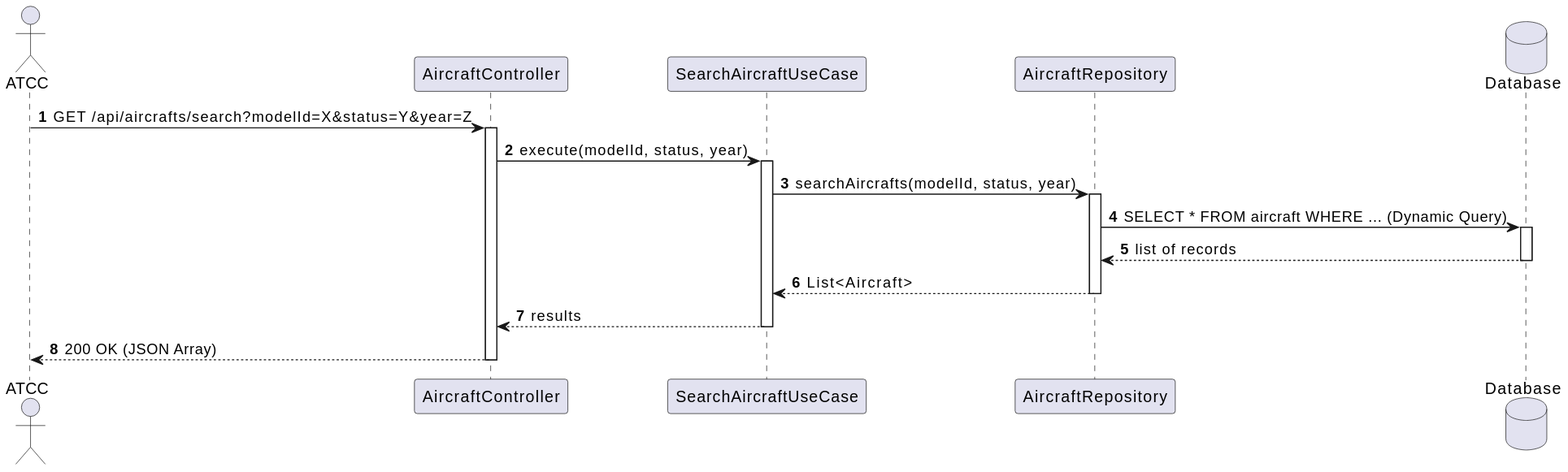
Earlier version of the PlantUML export docs/system-documentation/use-cases/WP1A/US104/svg/sd_us104.svg (VascoMagolo/psoft_1231562_1241692_1242036_2db). Its diagram source:
```plantuml
@startuml
autonumber
actor "ATCC" as ATCC
participant "AircraftController" as Ctrl
participant "SearchAircraftUseCase" as UC
participant "AircraftRepository" as Repo
database "Database" as DB

ATCC -> Ctrl : GET /api/aircrafts/search?modelId=X&status=Y&year=Z
activate Ctrl

Ctrl -> UC : execute(modelId, status, year)
activate UC

UC -> Repo : searchAircrafts(modelId, status, year)
activate Repo
Repo -> DB : SELECT * FROM aircraft WHERE ... (Dynamic Query)
activate DB
DB --> Repo : list of records
deactivate DB
Repo --> UC : List<Aircraft>
deactivate Repo

UC --> Ctrl : results
deactivate UC

Ctrl --> ATCC : 200 OK (JSON Array)
deactivate Ctrl
@enduml
```
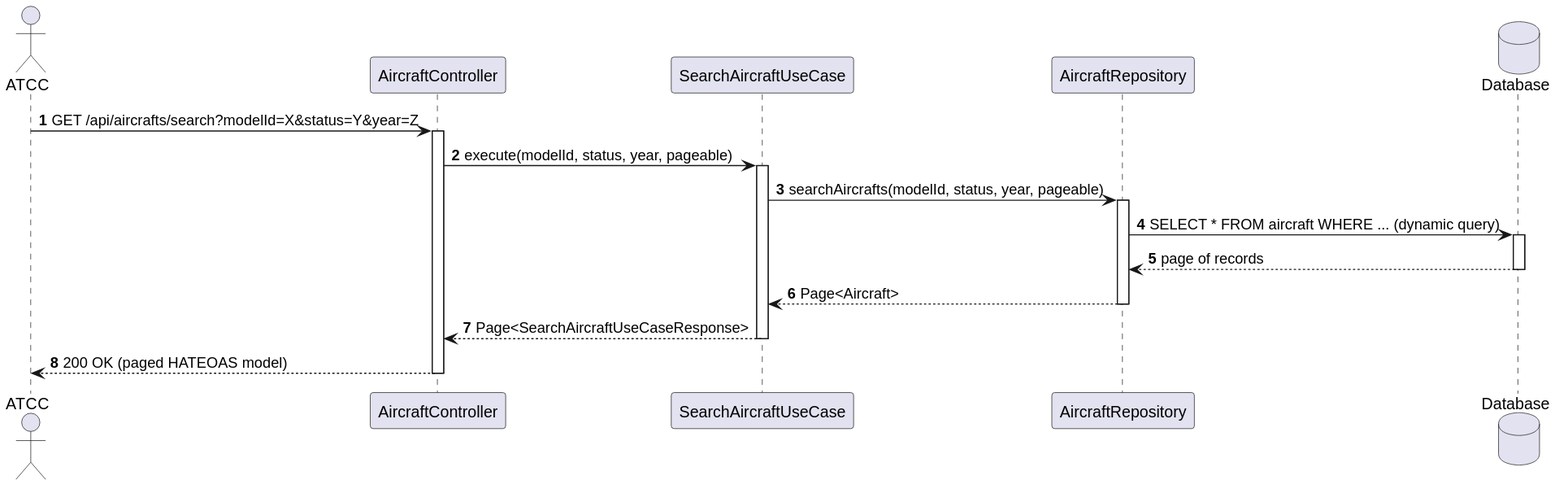
After the commit.

Change to the diagram source:
```diff
@@ -5,25 +5,20 @@
 participant "SearchAircraftUseCase" as UC
 participant "AircraftRepository" as Repo
 database "Database" as DB
-
 ATCC -> Ctrl : GET /api/aircrafts/search?modelId=X&status=Y&year=Z
 activate Ctrl
-
-Ctrl -> UC : execute(modelId, status, year)
+Ctrl -> UC : execute(modelId, status, year, pageable)
 activate UC
-
-UC -> Repo : searchAircrafts(modelId, status, year)
+UC -> Repo : searchAircrafts(modelId, status, year, pageable)
 activate Repo
-Repo -> DB : SELECT * FROM aircraft WHERE ... (Dynamic Query)
+Repo -> DB : SELECT * FROM aircraft WHERE ... (dynamic query)
 activate DB
-DB --> Repo : list of records
+DB --> Repo : page of records
 deactivate DB
-Repo --> UC : List<Aircraft>
+Repo --> UC : Page<Aircraft>
 deactivate Repo
-
-UC --> Ctrl : results
+UC --> Ctrl : Page<SearchAircraftUseCaseResponse>
 deactivate UC
-
-Ctrl --> ATCC : 200 OK (JSON Array)
+Ctrl --> ATCC : 200 OK (paged HATEOAS model)
 deactivate Ctrl
 @enduml
```
